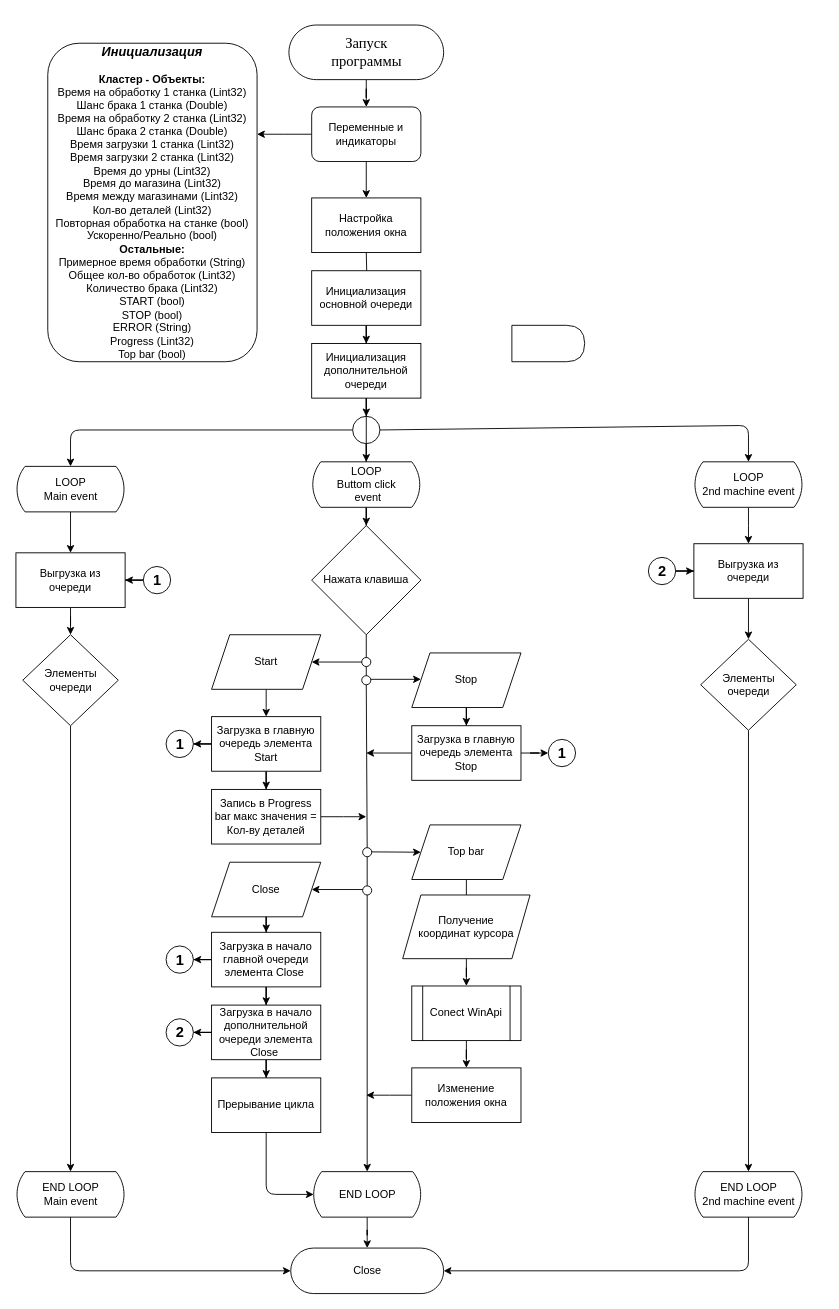
Before: Untitled Diagram.drawio in Foxsick/MY_Course, a draw.io diagram. Source tidied: cells renumbered, new cells numbered last; positions are measured from the earlier drawing's top-left corner, leaving out a move shared by most shapes. Both pictures are drawn from the tidied source at 91%, with x=0, y=0 at pixel (15, 25).
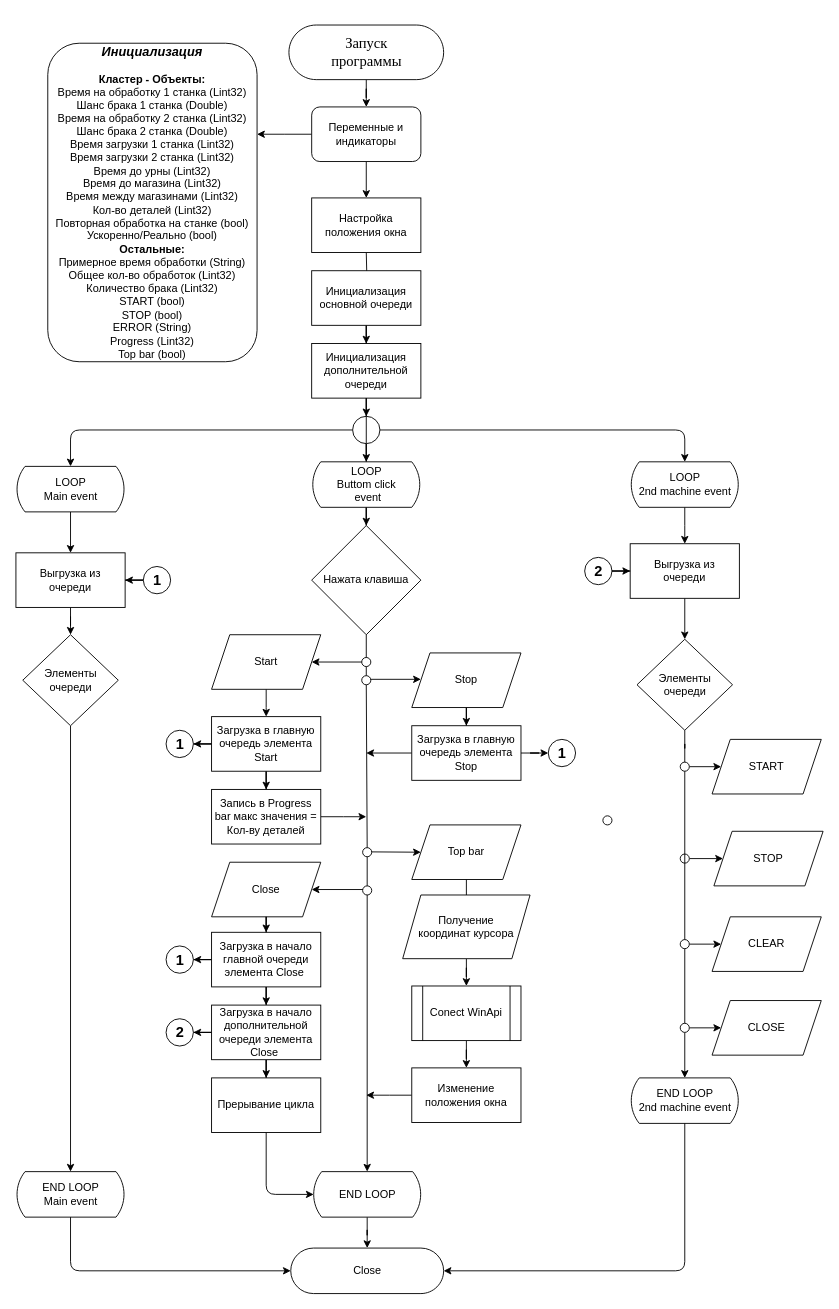
The same page after the edit.

Unchanged cells that the change refers to:
```xml
<mxCell id="34" value="Close" style="html=1;dashed=0;whitespace=wrap;shape=mxgraph.dfd.start;" parent="1" vertex="1">
  <mxGeometry x="302" y="1344" width="168" height="50" as="geometry" />
</mxCell>
<mxCell id="45" style="shape=lineEllipse;line=vertical;perimeter=ellipsePerimeter;whiteSpace=wrap;html=1;backgroundOutline=1;" parent="1" vertex="1">
  <mxGeometry x="370" y="430" width="30" height="30" as="geometry" />
</mxCell>
```

The edit, as a diff of the source:
```diff
@@
-    <mxCell id="8" style="shape=delay;whiteSpace=wrap;html=1;" parent="1" vertex="1">
-      <mxGeometry x="545" y="330" width="80" height="40" as="geometry" />
-    </mxCell>
@@
     <mxCell id="42" style="edgeStyle=orthogonalEdgeStyle;rounded=0;jettySize=auto;html=1;endArrow=classic;endFill=1;" parent="1" edge="1" source="43">
       <mxGeometry relative="1" as="geometry">
-        <mxPoint x="805" y="570" as="targetPoint" />
+        <mxPoint x="735" y="570" as="targetPoint" />
       </mxGeometry>
     </mxCell>
     <mxCell id="43" value="&lt;span&gt;LOOP&lt;/span&gt;&lt;br&gt;2nd machine event" style="html=1;dashed=0;whitespace=wrap;shape=mxgraph.dfd.loop;" parent="1" vertex="1">
-      <mxGeometry x="745" y="480" width="120" height="50" as="geometry" />
+      <mxGeometry x="675" y="480" width="120" height="50" as="geometry" />
     </mxCell>
@@
     <mxCell id="47" style="endArrow=classic;html=1;exitX=1;exitY=0.5;exitDx=0;exitDy=0;entryX=0.5;entryY=0;entryDx=0;entryDy=0;entryPerimeter=0;" parent="1" edge="1" source="45" target="43">
       <mxGeometry relative="1" as="geometry">
         <Array as="points">
-          <mxPoint x="805" y="440" />
+          <mxPoint x="735" y="445" />
         </Array>
       </mxGeometry>
     </mxCell>
@@
     <mxCell id="49" value="&lt;span&gt;END LOOP&lt;/span&gt;&lt;br&gt;2nd machine event" style="html=1;dashed=0;whitespace=wrap;shape=mxgraph.dfd.loop;" parent="1" vertex="1">
-      <mxGeometry x="745" y="1260" width="120" height="50" as="geometry" />
+      <mxGeometry x="675" y="1157" width="120" height="50" as="geometry" />
     </mxCell>
@@
     <mxCell id="81" value="Выгрузка из &lt;br&gt;очереди" style="whiteSpace=wrap;html=1;" parent="1" vertex="1">
-      <mxGeometry x="745" y="570" width="120" height="60" as="geometry" />
+      <mxGeometry x="675" y="570" width="120" height="60" as="geometry" />
     </mxCell>
@@
     <mxCell id="85" value="&lt;b&gt;&lt;font style=&quot;font-size: 16px&quot;&gt;2&lt;/font&gt;&lt;/b&gt;" style="shape=ellipse;html=1;dashed=0;whitespace=wrap;perimeter=ellipsePerimeter;" parent="1" vertex="1">
-      <mxGeometry x="695" y="585" width="30" height="30" as="geometry" />
+      <mxGeometry x="625" y="585" width="30" height="30" as="geometry" />
     </mxCell>
@@
-    <mxCell id="88" style="edgeStyle=orthogonalEdgeStyle;rounded=0;jettySize=auto;html=1;endArrow=classic;endFill=1;" parent="1" edge="1" source="89" target="49">
+    <mxCell id="88" style="edgeStyle=orthogonalEdgeStyle;rounded=0;jettySize=auto;html=1;endArrow=classic;endFill=1;" parent="1" edge="1" source="106" target="49">
       <mxGeometry relative="1" as="geometry" />
     </mxCell>
     <mxCell id="89" value="Элементы &lt;br&gt;очереди" style="rhombus;whiteSpace=wrap;html=1;arcSize=20;" parent="1" vertex="1">
-      <mxGeometry x="752.5" y="675" width="105" height="100" as="geometry" />
+      <mxGeometry x="682.5" y="675" width="105" height="100" as="geometry" />
     </mxCell>
     <mxCell id="90" style="endArrow=classic;html=1;exitX=0.5;exitY=1;exitDx=0;exitDy=0;exitPerimeter=0;entryX=1;entryY=0.5;entryDx=0;entryDy=0;entryPerimeter=0;" parent="1" edge="1" source="49" target="34">
       <mxGeometry relative="1" as="geometry">
         <Array as="points">
-          <mxPoint x="805" y="1369" />
+          <mxPoint x="735" y="1369" />
         </Array>
       </mxGeometry>
     </mxCell>
@@
+    <mxCell id="92" style="endArrow=classic;html=1;exitX=1;exitY=0.5;exitDx=0;exitDy=0;" parent="1" edge="1" source="94">
+      <mxGeometry relative="1" as="geometry">
+        <mxPoint x="775" y="815" as="targetPoint" />
+      </mxGeometry>
+    </mxCell>
+    <mxCell id="93" style="ellipse;whiteSpace=wrap;html=1;" parent="1" vertex="1">
+      <mxGeometry x="645" y="869" width="10" height="10" as="geometry" />
+    </mxCell>
+    <mxCell id="94" style="ellipse;whiteSpace=wrap;html=1;" parent="1" vertex="1">
+      <mxGeometry x="730" y="810" width="10" height="10" as="geometry" />
+    </mxCell>
+    <mxCell id="95" style="edgeStyle=orthogonalEdgeStyle;rounded=0;jettySize=auto;html=1;endArrow=none;endFill=0;" parent="1" edge="1" source="89" target="94">
+      <mxGeometry relative="1" as="geometry" />
+    </mxCell>
+    <mxCell id="96" value="START" style="shape=parallelogram;perimeter=parallelogramPerimeter;whiteSpace=wrap;html=1;fixedSize=1;" parent="1" vertex="1">
+      <mxGeometry x="765" y="785" width="120" height="60" as="geometry" />
+    </mxCell>
+    <mxCell id="97" style="endArrow=classic;html=1;exitX=1;exitY=0.5;exitDx=0;exitDy=0;" parent="1" edge="1" source="98">
+      <mxGeometry relative="1" as="geometry">
+        <mxPoint x="777" y="916" as="targetPoint" />
+      </mxGeometry>
+    </mxCell>
+    <mxCell id="98" style="ellipse;whiteSpace=wrap;html=1;" parent="1" vertex="1">
+      <mxGeometry x="730" y="911" width="10" height="10" as="geometry" />
+    </mxCell>
+    <mxCell id="99" value="STOP" style="shape=parallelogram;perimeter=parallelogramPerimeter;whiteSpace=wrap;html=1;fixedSize=1;" parent="1" vertex="1">
+      <mxGeometry x="767" y="886" width="120" height="60" as="geometry" />
+    </mxCell>
+    <mxCell id="100" style="endArrow=classic;html=1;exitX=1;exitY=0.5;exitDx=0;exitDy=0;entryX=0;entryY=0.5;entryDx=0;entryDy=0;" parent="1" edge="1" source="104" target="101">
+      <mxGeometry relative="1" as="geometry" />
+    </mxCell>
+    <mxCell id="101" value="CLEAR" style="shape=parallelogram;perimeter=parallelogramPerimeter;whiteSpace=wrap;html=1;fixedSize=1;" parent="1" vertex="1">
+      <mxGeometry x="765" y="980" width="120" height="60" as="geometry" />
+    </mxCell>
+    <mxCell id="102" style="endArrow=classic;html=1;exitX=1;exitY=0.5;exitDx=0;exitDy=0;entryX=0;entryY=0.5;entryDx=0;entryDy=0;" parent="1" edge="1" source="106" target="103">
+      <mxGeometry relative="1" as="geometry" />
+    </mxCell>
+    <mxCell id="103" value="CLOSE" style="shape=parallelogram;perimeter=parallelogramPerimeter;whiteSpace=wrap;html=1;fixedSize=1;" parent="1" vertex="1">
+      <mxGeometry x="765" y="1072" width="120" height="60" as="geometry" />
+    </mxCell>
+    <mxCell id="104" style="ellipse;whiteSpace=wrap;html=1;" parent="1" vertex="1">
+      <mxGeometry x="730" y="1005" width="10" height="10" as="geometry" />
+    </mxCell>
+    <mxCell id="105" style="edgeStyle=orthogonalEdgeStyle;rounded=0;jettySize=auto;html=1;endArrow=none;endFill=0;" parent="1" edge="1" source="94" target="104">
+      <mxGeometry relative="1" as="geometry" />
+    </mxCell>
+    <mxCell id="106" style="ellipse;whiteSpace=wrap;html=1;" parent="1" vertex="1">
+      <mxGeometry x="730" y="1097" width="10" height="10" as="geometry" />
+    </mxCell>
+    <mxCell id="107" style="edgeStyle=orthogonalEdgeStyle;rounded=0;jettySize=auto;html=1;endArrow=none;endFill=0;" parent="1" edge="1" source="104" target="106">
+      <mxGeometry relative="1" as="geometry" />
+    </mxCell>
```
